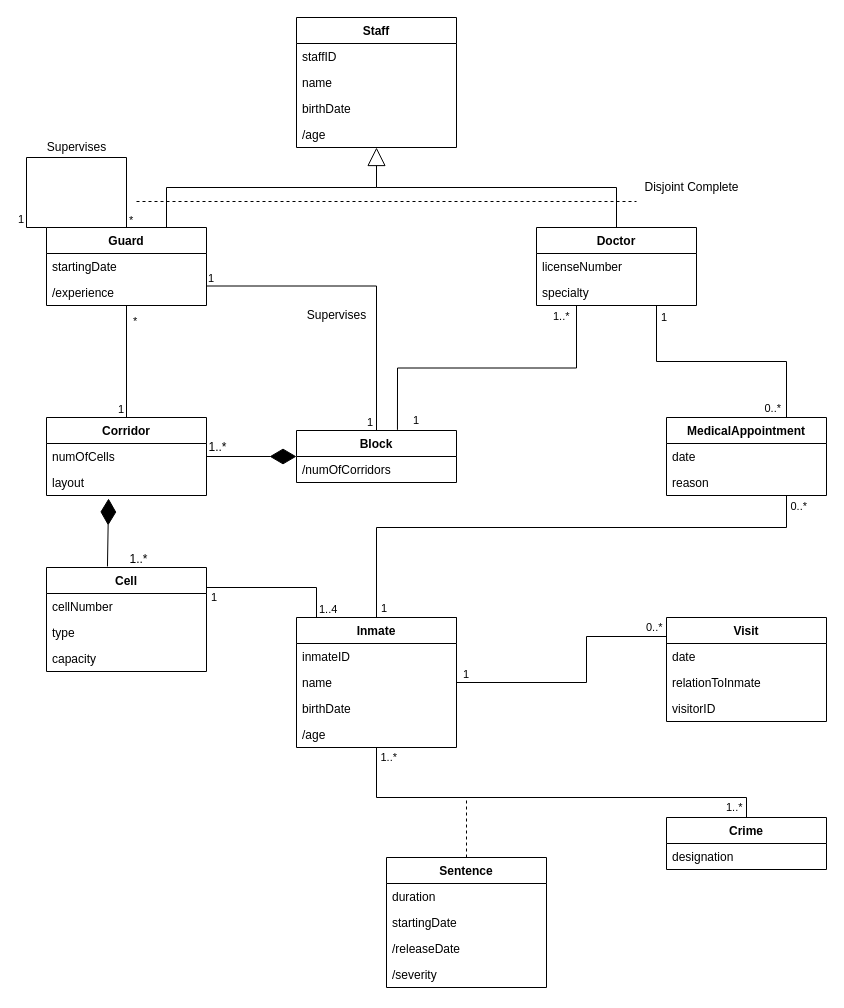
This is Untitled Diagram.drawio from up201706117/BD_PrisonProject, a draw.io file, before an edit. Source tidied: cells renumbered, new cells numbered last; positions are measured from the earlier drawing's top-left corner, leaving out a move shared by most shapes. Both pictures are drawn from the tidied source at 100%, with x=0, y=0 at pixel (26, 17).
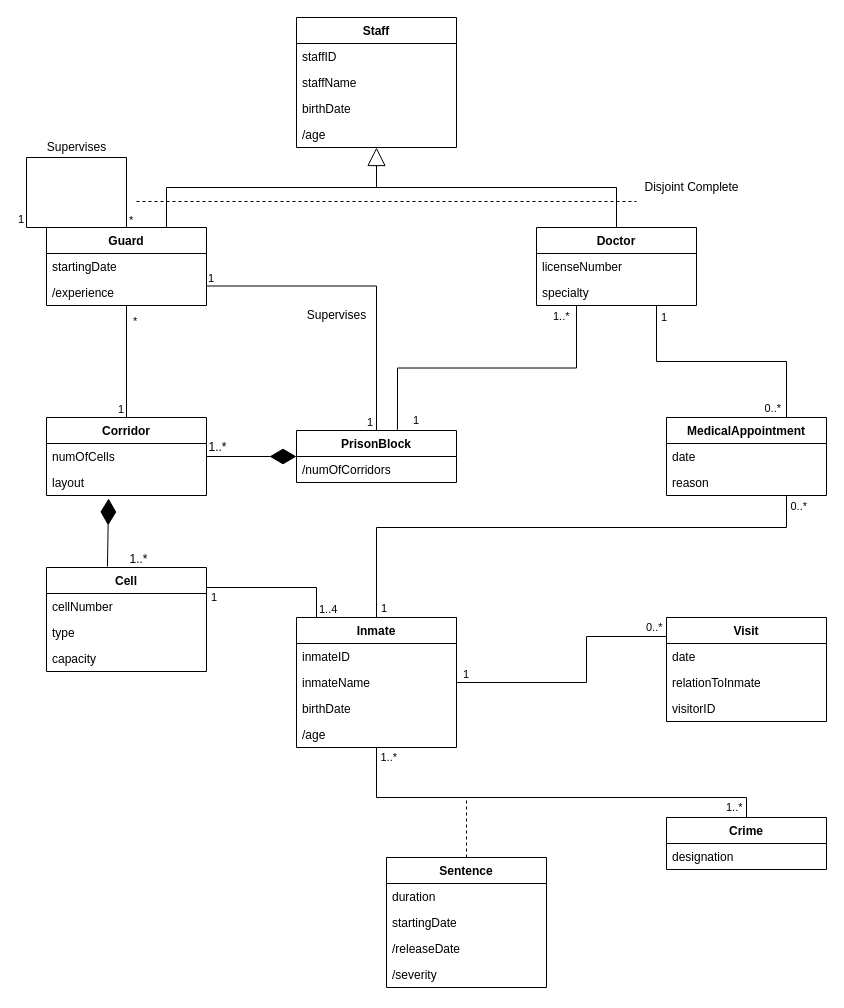
After the change.

Unchanged cells that the change refers to:
```xml
<mxCell id="14" value="Inmate" style="swimlane;fontStyle=1;align=center;verticalAlign=top;horizontal=1;startSize=26;" parent="1" vertex="1">
  <mxGeometry x="270" y="600" width="160" height="130" as="geometry" />
</mxCell>
<mxCell id="31" value="Staff" style="swimlane;fontStyle=1;align=center;verticalAlign=top;horizontal=1;startSize=26;" parent="1" vertex="1">
  <mxGeometry x="270" width="160" height="130" as="geometry" />
</mxCell>
```

Diff of the diagram source:
```diff
@@
-    <mxCell id="2" value="Block" style="swimlane;fontStyle=1;align=center;verticalAlign=top;horizontal=1;startSize=26;" parent="1" vertex="1">
+    <mxCell id="2" value="PrisonBlock" style="swimlane;fontStyle=1;align=center;verticalAlign=top;horizontal=1;startSize=26;" parent="1" vertex="1">
       <mxGeometry x="270" y="413" width="160" height="52" as="geometry" />
     </mxCell>
@@
-    <mxCell id="16" value="name" style="text;strokeColor=none;fillColor=none;align=left;verticalAlign=top;spacingLeft=4;spacingRight=4;overflow=hidden;" parent="14" vertex="1">
+    <mxCell id="16" value="inmateName" style="text;strokeColor=none;fillColor=none;align=left;verticalAlign=top;spacingLeft=4;spacingRight=4;overflow=hidden;" parent="14" vertex="1">
       <mxGeometry y="52" width="160" height="26" as="geometry" />
     </mxCell>
@@
-    <mxCell id="33" value="name" style="text;strokeColor=none;fillColor=none;align=left;verticalAlign=top;spacingLeft=4;spacingRight=4;overflow=hidden;" parent="31" vertex="1">
+    <mxCell id="33" value="staffName" style="text;strokeColor=none;fillColor=none;align=left;verticalAlign=top;spacingLeft=4;spacingRight=4;overflow=hidden;" parent="31" vertex="1">
       <mxGeometry y="52" width="160" height="26" as="geometry" />
     </mxCell>
```
